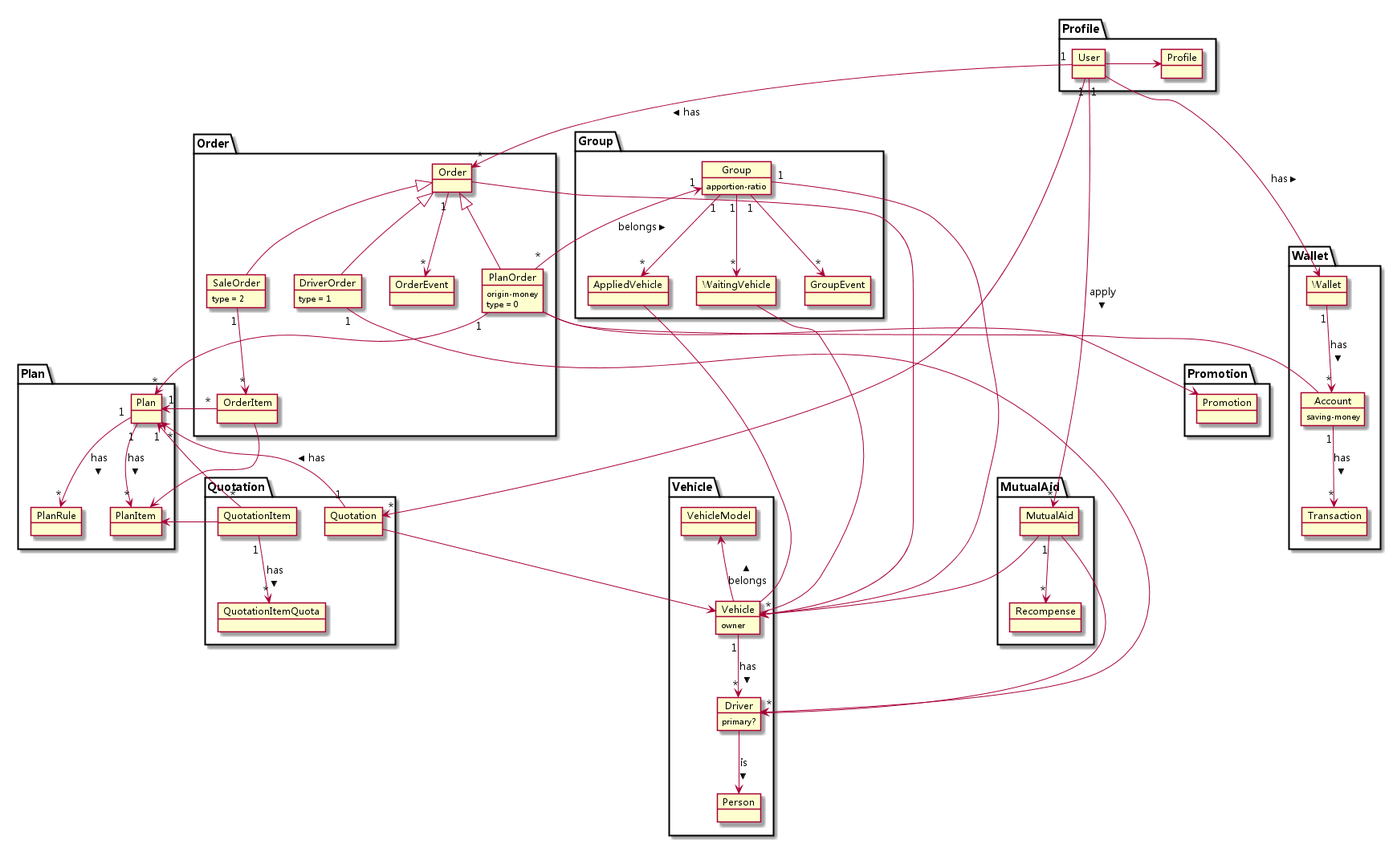
Above: img/models.png in titan/hive-quotation-service (PlantUML), before the change.
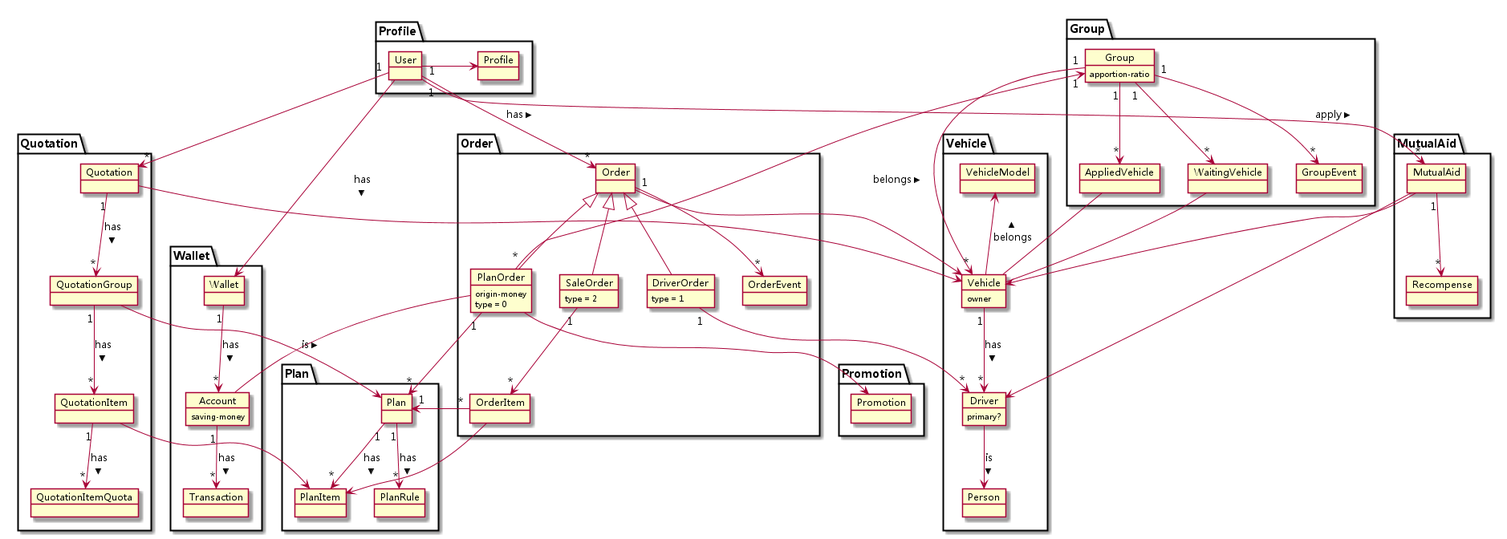
Above is the later version.

Commit message:
Refactor quotation module

What changed in the source:
```diff
@@ -54,6 +54,7 @@
 }
 package Quotation {
   object Quotation
+  object QuotationGroup
   object QuotationItem
   object QuotationItemQuota
 }
@@ -108,10 +109,11 @@
 MutualAid -> Vehicle
 MutualAid "1" --> "*" Recompense
 
-Quotation "1" --> "*" Plan : has >
+Quotation "1" --> "*" QuotationGroup : has >
+QuotationGroup -> Plan : is >
+QuotationGroup "1" --> "*" QuotationItem : has >
 QuotationItem "1" --> "*" QuotationItemQuota : has >
 
-Plan "1" <-- "*" QuotationItem
 PlanItem <- QuotationItem
 
 Quotation -> Vehicle
```
